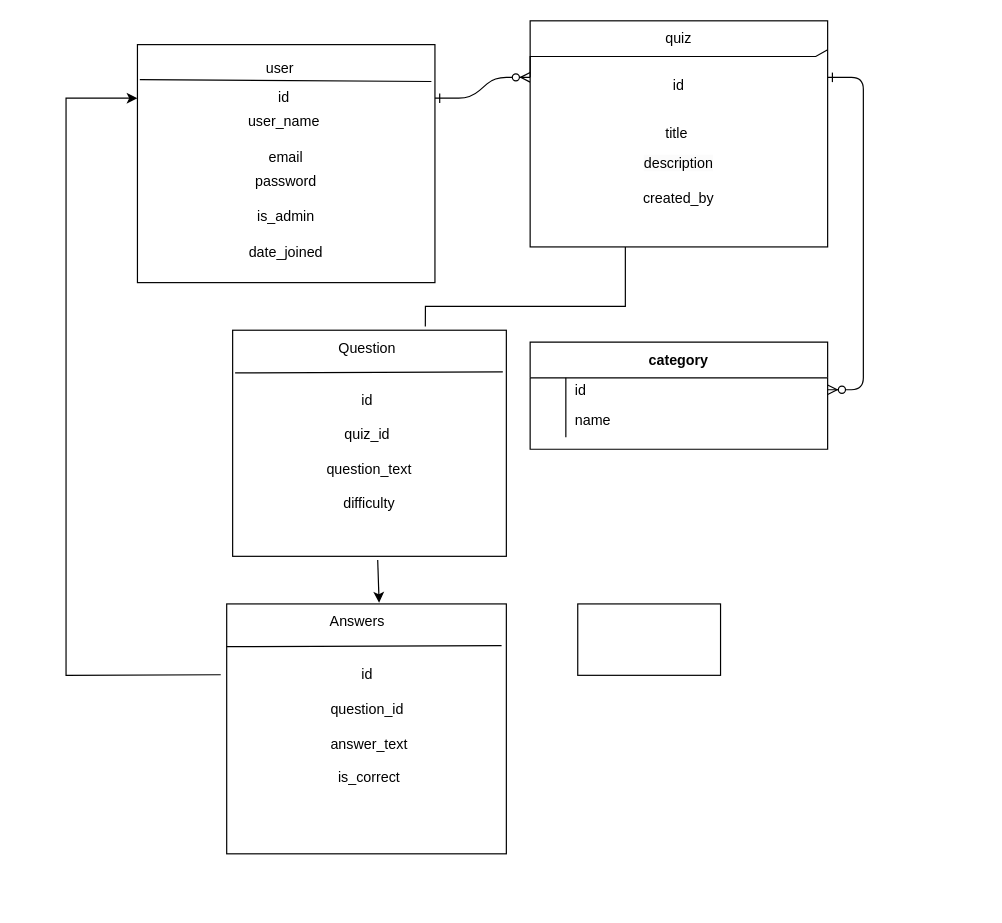
Before: ERD.drawio in noorsubhan/final, a draw.io diagram. Source tidied: cells renumbered, new cells numbered last; positions are measured from the earlier drawing's top-left corner, leaving out a move shared by most shapes. Both pictures are drawn from the tidied source at 119%, with x=0, y=0 at pixel (65, 20).
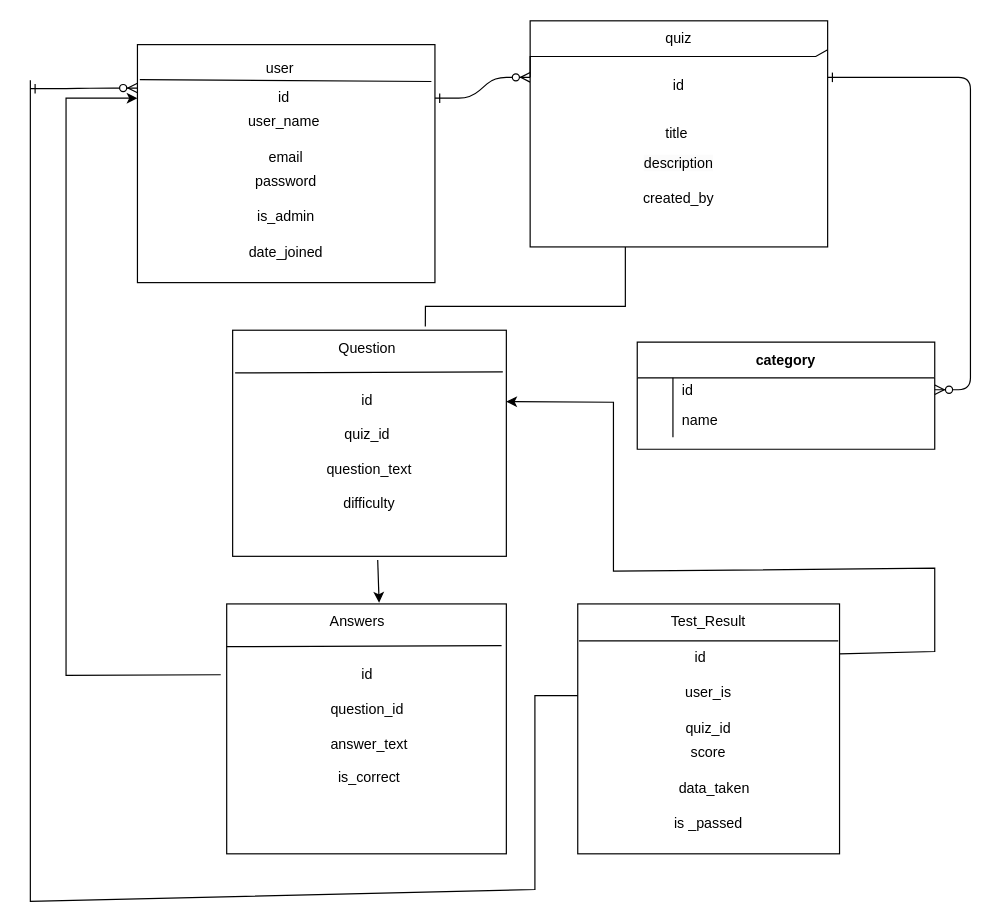
After the change.

Diff of the diagram source:
```diff
@@
     <mxCell id="4" value="category" style="shape=table;startSize=30;childLayout=tableLayout;rowLines=0;fontStyle=1;align=center;" parent="1" vertex="1">
-      <mxGeometry x="390" y="270" width="250" height="90" as="geometry" />
+      <mxGeometry x="480" y="270" width="250" height="90" as="geometry" />
     </mxCell>
@@
     <mxCell id="37" style="rounded=0;whiteSpace=wrap;html=1;" parent="1" vertex="1">
-      <mxGeometry x="430" y="490" width="120" height="60" as="geometry" />
+      <mxGeometry x="430" y="490" width="220" height="210" as="geometry" />
     </mxCell>
+    <mxCell id="38" style="endArrow=none;html=1;rounded=0;entryX=0.995;entryY=0.148;entryDx=0;entryDy=0;entryPerimeter=0;exitX=0.005;exitY=0.148;exitDx=0;exitDy=0;exitPerimeter=0;" parent="1" edge="1" source="37" target="37">
+      <mxGeometry relative="1" as="geometry" />
+    </mxCell>
+    <mxCell id="39" value="Test_Result" style="text;html=1;align=center;verticalAlign=middle;whiteSpace=wrap;rounded=0;" parent="1" vertex="1">
+      <mxGeometry x="430" y="490" width="220" height="30" as="geometry" />
+    </mxCell>
+    <mxCell id="40" value="id&amp;nbsp;" style="text;html=1;align=center;verticalAlign=middle;whiteSpace=wrap;rounded=0;" parent="1" vertex="1">
+      <mxGeometry x="430" y="520" width="210" height="30" as="geometry" />
+    </mxCell>
+    <mxCell id="41" value="user_is" style="text;html=1;align=center;verticalAlign=middle;whiteSpace=wrap;rounded=0;" parent="1" vertex="1">
+      <mxGeometry x="435" y="550" width="210" height="30" as="geometry" />
+    </mxCell>
+    <mxCell id="42" value="quiz_id" style="text;html=1;align=center;verticalAlign=middle;whiteSpace=wrap;rounded=0;" parent="1" vertex="1">
+      <mxGeometry x="435" y="580" width="210" height="30" as="geometry" />
+    </mxCell>
+    <mxCell id="43" value="score" style="text;html=1;align=center;verticalAlign=middle;whiteSpace=wrap;rounded=0;" parent="1" vertex="1">
+      <mxGeometry x="435" y="600" width="210" height="30" as="geometry" />
+    </mxCell>
+    <mxCell id="44" value="data_taken" style="text;html=1;align=center;verticalAlign=middle;whiteSpace=wrap;rounded=0;" parent="1" vertex="1">
+      <mxGeometry x="440" y="630" width="210" height="30" as="geometry" />
+    </mxCell>
+    <mxCell id="45" value="is _passed" style="text;html=1;align=center;verticalAlign=middle;whiteSpace=wrap;rounded=0;" parent="1" vertex="1">
+      <mxGeometry x="435" y="660" width="210" height="30" as="geometry" />
+    </mxCell>
+    <mxCell id="46" style="endArrow=classic;html=1;rounded=0;entryX=1;entryY=0.25;entryDx=0;entryDy=0;exitX=1;exitY=0.2;exitDx=0;exitDy=0;exitPerimeter=0;" parent="1" edge="1" source="37">
+      <mxGeometry relative="1" as="geometry">
+        <mxPoint x="370" y="320" as="targetPoint" />
+        <Array as="points">
+          <mxPoint x="730" y="530" />
+          <mxPoint x="730" y="460" />
+          <mxPoint x="460" y="462.5" />
+          <mxPoint x="460" y="320.5" />
+        </Array>
+      </mxGeometry>
+    </mxCell>
+    <mxCell id="47" style="endArrow=none;html=1;rounded=0;entryX=-0.018;entryY=0.367;entryDx=0;entryDy=0;entryPerimeter=0;" parent="1" edge="1">
+      <mxGeometry relative="1" as="geometry">
+        <mxPoint x="-30" y="50" as="sourcePoint" />
+        <mxPoint x="430" y="567.1" as="targetPoint" />
+        <Array as="points">
+          <mxPoint x="-30" y="740" />
+          <mxPoint x="394" y="730" />
+          <mxPoint x="394" y="567" />
+        </Array>
+      </mxGeometry>
+    </mxCell>
+    <mxCell id="48" style="edgeStyle=entityRelationEdgeStyle;endArrow=ERzeroToMany;startArrow=ERone;endFill=1;startFill=0;entryX=0;entryY=0.25;entryDx=0;entryDy=0;" parent="1" edge="1">
+      <mxGeometry relative="1" as="geometry">
+        <mxPoint x="-30" y="57" as="sourcePoint" />
+        <mxPoint x="60" y="56.5" as="targetPoint" />
+        <Array as="points">
+          <mxPoint x="10" y="68.5" />
+        </Array>
+      </mxGeometry>
+    </mxCell>
```
